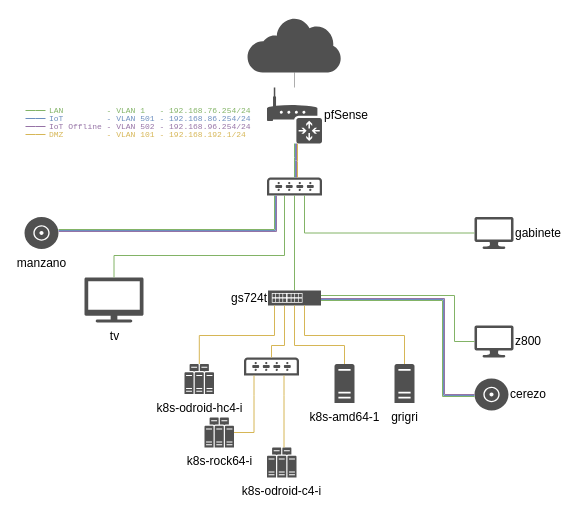
The draw.io diagram docs/network/diagram.drawio in pando85/homelab, before the edit. Source tidied: cells renumbered, new cells numbered last; positions are measured from the earlier drawing's top-left corner, leaving out a move shared by most shapes. Both pictures are drawn from the tidied source at 100%, with x=0, y=0 at pixel (24, 17).
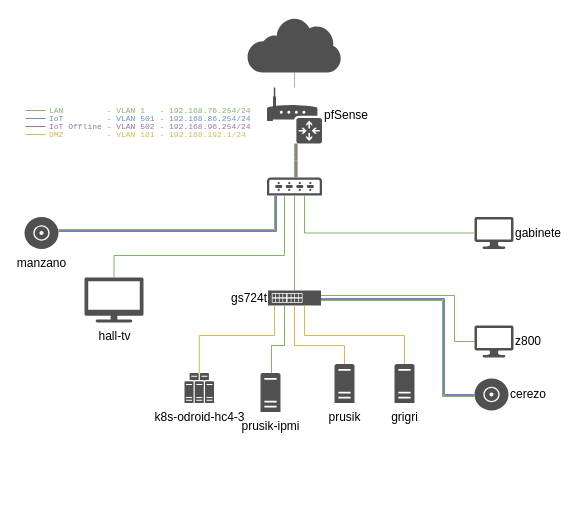
Above is the later version.

Commit message (it also covers changes not shown here):
docs: Update network diagram

Unchanged cells that the change refers to:
```xml
<mxCell id="9" value="gs724t" style="sketch=0;shadow=0;dashed=0;html=1;strokeColor=none;fillColor=#505050;labelPosition=left;verticalLabelPosition=middle;verticalAlign=middle;align=right;outlineConnect=0;shape=mxgraph.veeam2.physical_switch;rounded=1;" parent="1" vertex="1">
  <mxGeometry x="243.5" y="273" width="53" height="15" as="geometry" />
</mxCell>
```

What changed in the source:
```diff
@@
-    <mxCell id="5" value="k8s-odroid-hc4-i" style="sketch=0;shadow=0;dashed=0;html=1;strokeColor=none;fillColor=#505050;labelPosition=center;verticalLabelPosition=bottom;verticalAlign=top;outlineConnect=0;align=center;shape=mxgraph.office.servers.server_farm;rounded=1;" parent="1" vertex="1">
-      <mxGeometry x="160" y="346.5" width="29.5" height="30" as="geometry" />
+    <mxCell id="5" value="k8s-odroid-hc4-3" style="sketch=0;shadow=0;dashed=0;html=1;strokeColor=none;fillColor=#505050;labelPosition=center;verticalLabelPosition=bottom;verticalAlign=top;outlineConnect=0;align=center;shape=mxgraph.office.servers.server_farm;rounded=1;" parent="1" vertex="1">
+      <mxGeometry x="160" y="355.5" width="29.5" height="30" as="geometry" />
     </mxCell>
@@
-    <mxCell id="13" value="tv" style="sketch=0;shadow=0;dashed=0;html=1;strokeColor=none;fillColor=#505050;labelPosition=center;verticalLabelPosition=bottom;verticalAlign=top;outlineConnect=0;align=center;shape=mxgraph.office.devices.tv;rounded=1;" parent="1" vertex="1">
+    <mxCell id="13" value="hall-tv" style="sketch=0;shadow=0;dashed=0;html=1;strokeColor=none;fillColor=#505050;labelPosition=center;verticalLabelPosition=bottom;verticalAlign=top;outlineConnect=0;align=center;shape=mxgraph.office.devices.tv;rounded=1;" parent="1" vertex="1">
       <mxGeometry x="60" y="260" width="59" height="45" as="geometry" />
     </mxCell>
@@
-    <mxCell id="20" value="k8s-amd64-1" style="sketch=0;shadow=0;dashed=0;html=1;strokeColor=none;fillColor=#505050;labelPosition=center;verticalLabelPosition=bottom;verticalAlign=top;outlineConnect=0;align=center;shape=mxgraph.office.servers.server_generic;rounded=1;fontSize=12;" parent="1" vertex="1">
+    <mxCell id="20" value="prusik" style="sketch=0;shadow=0;dashed=0;html=1;strokeColor=none;fillColor=#505050;labelPosition=center;verticalLabelPosition=bottom;verticalAlign=top;outlineConnect=0;align=center;shape=mxgraph.office.servers.server_generic;rounded=1;fontSize=12;" parent="1" vertex="1">
       <mxGeometry x="310" y="346.5" width="20" height="39" as="geometry" />
     </mxCell>
-    <mxCell id="21" value="k8s-odroid-c4-i " style="sketch=0;shadow=0;dashed=0;html=1;strokeColor=none;fillColor=#505050;labelPosition=center;verticalLabelPosition=bottom;verticalAlign=top;outlineConnect=0;align=center;shape=mxgraph.office.servers.server_farm;rounded=1;" parent="1" vertex="1">
-      <mxGeometry x="242.5" y="430" width="29.5" height="30" as="geometry" />
-    </mxCell>
@@
-    <mxCell id="23" value="k8s-rock64-i" style="sketch=0;shadow=0;dashed=0;html=1;strokeColor=none;fillColor=#505050;labelPosition=center;verticalLabelPosition=bottom;verticalAlign=top;outlineConnect=0;align=center;shape=mxgraph.office.servers.server_farm;rounded=1;" parent="1" vertex="1">
-      <mxGeometry x="180" y="400" width="29.5" height="30" as="geometry" />
-    </mxCell>
-    <mxCell id="24" style="sketch=0;shadow=0;dashed=0;html=1;strokeColor=none;fillColor=#505050;labelPosition=center;verticalLabelPosition=bottom;verticalAlign=top;outlineConnect=0;align=center;shape=mxgraph.office.devices.switch;rounded=1;" parent="1" vertex="1">
-      <mxGeometry x="219.5" y="340" width="55" height="18" as="geometry" />
-    </mxCell>
-    <mxCell id="25" style="endArrow=none;html=1;rounded=0;sketch=0;shadow=0;edgeStyle=orthogonalEdgeStyle;fillColor=#fff2cc;strokeColor=#d6b656;" parent="1" edge="1" source="24" target="9">
+    <mxCell id="25" style="endArrow=none;html=1;rounded=0;sketch=0;shadow=0;edgeStyle=orthogonalEdgeStyle;fillColor=#fff2cc;strokeColor=#82B366;" parent="1" edge="1" source="46" target="9">
       <mxGeometry relative="1" as="geometry">
         <Array as="points">
           <mxPoint x="247" y="328" />
           <mxPoint x="260" y="328" />
         </Array>
       </mxGeometry>
     </mxCell>
@@
-    <mxCell id="28" style="endArrow=none;html=1;rounded=0;sketch=0;shadow=0;edgeStyle=orthogonalEdgeStyle;fillColor=#fff2cc;strokeColor=#d6b656;" parent="1" edge="1" source="23">
-      <mxGeometry relative="1" as="geometry">
-        <mxPoint x="229.5" y="358" as="targetPoint" />
-        <Array as="points">
-          <mxPoint x="229.5" y="378" />
-          <mxPoint x="229.5" y="378" />
-        </Array>
-      </mxGeometry>
-    </mxCell>
-    <mxCell id="29" style="endArrow=none;html=1;rounded=0;sketch=0;shadow=0;edgeStyle=orthogonalEdgeStyle;fillColor=#fff2cc;strokeColor=#d6b656;" parent="1" edge="1" source="21" target="24">
-      <mxGeometry relative="1" as="geometry">
-        <Array as="points">
-          <mxPoint x="259.5" y="378" />
-          <mxPoint x="259.5" y="378" />
-        </Array>
-      </mxGeometry>
-    </mxCell>
@@
+    <mxCell id="46" value="&lt;div&gt;prusik-ipmi&lt;/div&gt;" style="sketch=0;shadow=0;dashed=0;html=1;strokeColor=none;fillColor=#505050;labelPosition=center;verticalLabelPosition=bottom;verticalAlign=top;outlineConnect=0;align=center;shape=mxgraph.office.servers.server_generic;rounded=1;fontSize=12;" parent="1" vertex="1">
+      <mxGeometry x="236" y="355.5" width="20" height="39" as="geometry" />
+    </mxCell>
```
